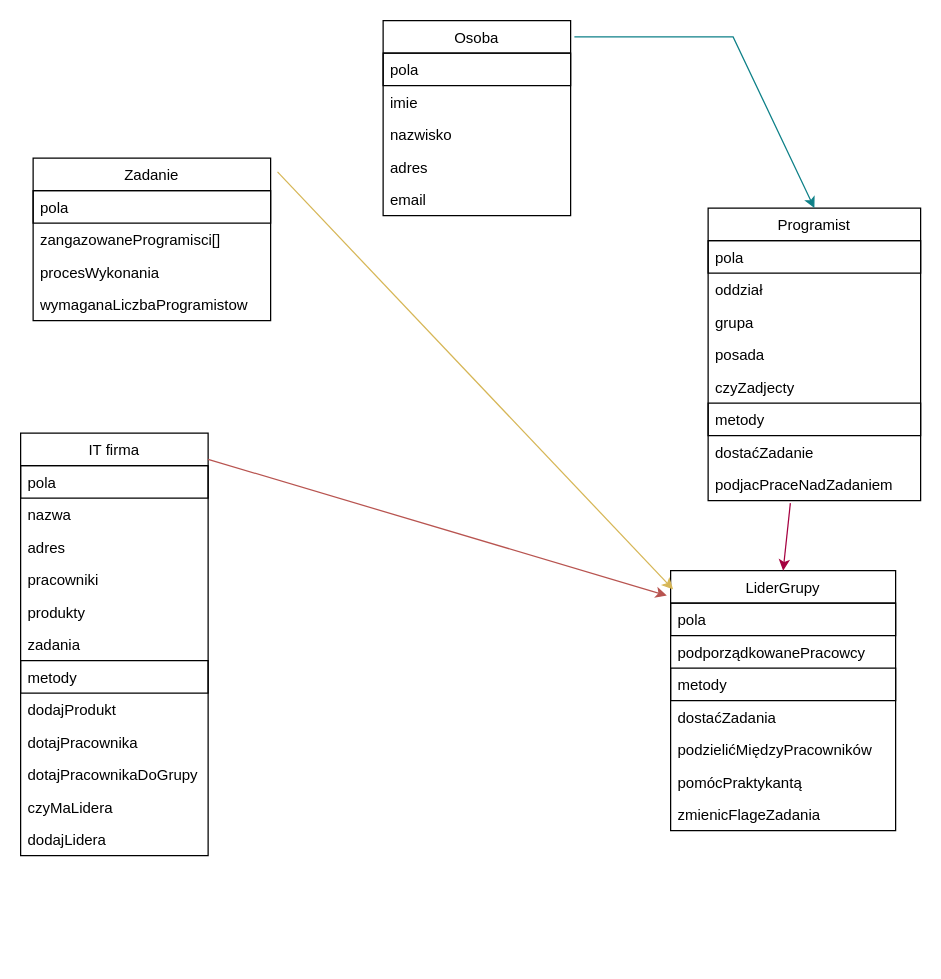
The draw.io diagram project/projectEdited.drawio in HoutarouM/2pM, before the edit. Source tidied: cells renumbered, new cells numbered last; positions are measured from the earlier drawing's top-left corner, leaving out a move shared by most shapes. Both pictures are drawn from the tidied source at 125%, with x=0, y=0 at pixel (20, 20).
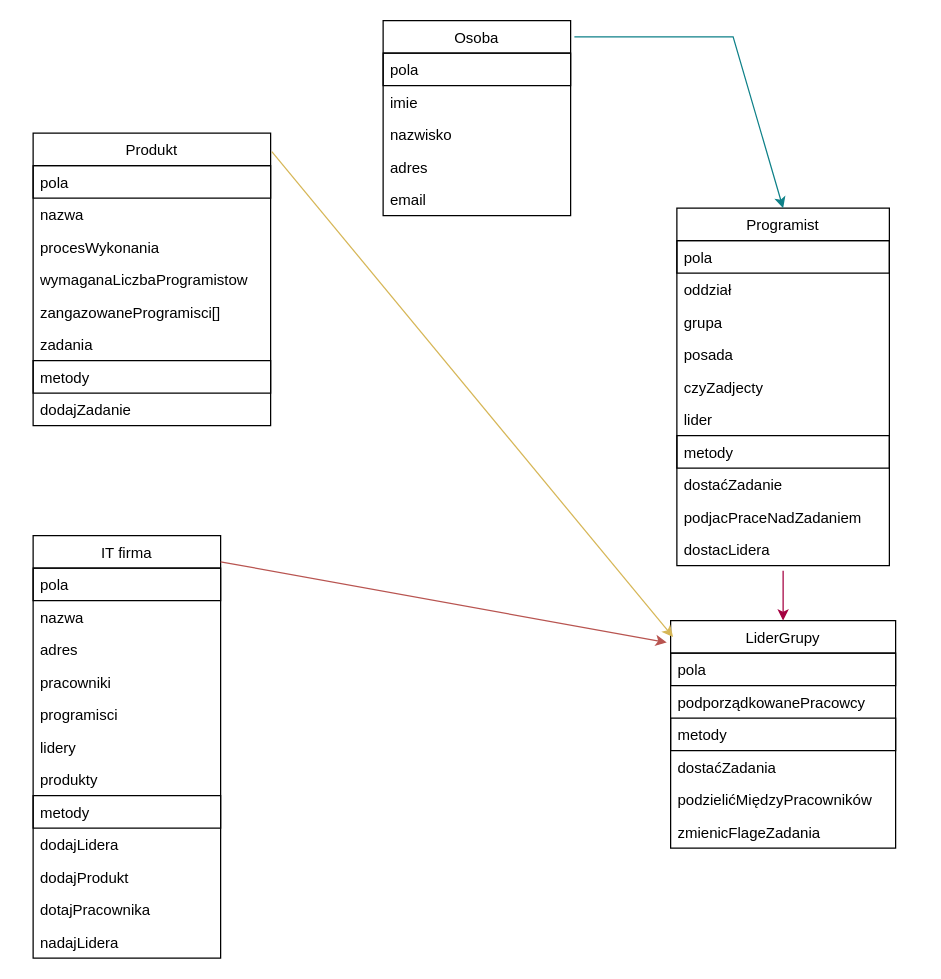
Above is the later version.

Diff of the diagram source:
```diff
@@
     <mxCell id="2" value="IT firma" style="swimlane;fontStyle=0;horizontal=1;startSize=26;fillColor=none;" parent="1" vertex="1">
-      <mxGeometry y="330" width="150" height="338" as="geometry" />
+      <mxGeometry x="10" y="412" width="150" height="338" as="geometry" />
     </mxCell>
@@
+    <mxCell id="47" value="programisci" style="text;strokeColor=none;fillColor=none;align=left;verticalAlign=top;spacingLeft=4;spacingRight=4;overflow=hidden;" parent="2" vertex="1">
+      <mxGeometry y="130" width="150" height="26" as="geometry" />
+    </mxCell>
+    <mxCell id="48" value="lidery" style="text;strokeColor=none;fillColor=none;align=left;verticalAlign=top;spacingLeft=4;spacingRight=4;overflow=hidden;" parent="2" vertex="1">
+      <mxGeometry y="156" width="150" height="26" as="geometry" />
+    </mxCell>
     <mxCell id="7" value="produkty" style="text;strokeColor=none;fillColor=none;align=left;verticalAlign=top;spacingLeft=4;spacingRight=4;overflow=hidden;" parent="2" vertex="1">
-      <mxGeometry y="130" width="150" height="26" as="geometry" />
+      <mxGeometry y="182" width="150" height="26" as="geometry" />
     </mxCell>
-    <mxCell id="8" value="zadania" style="text;strokeColor=none;fillColor=none;align=left;verticalAlign=top;spacingLeft=4;spacingRight=4;overflow=hidden;" parent="2" vertex="1">
-      <mxGeometry y="156" width="150" height="26" as="geometry" />
-    </mxCell>
     <mxCell id="9" value="metody" style="text;strokeColor=default;fillColor=none;align=left;verticalAlign=top;spacingLeft=4;spacingRight=4;overflow=hidden;imageAspect=1;backgroundOutline=0;shadow=0;sketch=0;glass=0;rounded=0;" parent="2" vertex="1">
-      <mxGeometry y="182" width="150" height="26" as="geometry" />
+      <mxGeometry y="208" width="150" height="26" as="geometry" />
     </mxCell>
+    <mxCell id="14" value="dodajLidera" style="text;strokeColor=none;fillColor=none;align=left;verticalAlign=top;spacingLeft=4;spacingRight=4;overflow=hidden;" parent="2" vertex="1">
+      <mxGeometry y="234" width="150" height="26" as="geometry" />
+    </mxCell>
     <mxCell id="10" value="dodajProdukt" style="text;strokeColor=none;fillColor=none;align=left;verticalAlign=top;spacingLeft=4;spacingRight=4;overflow=hidden;" parent="2" vertex="1">
-      <mxGeometry y="208" width="150" height="26" as="geometry" />
+      <mxGeometry y="260" width="150" height="26" as="geometry" />
     </mxCell>
     <mxCell id="11" value="dotajPracownika" style="text;strokeColor=none;fillColor=none;align=left;verticalAlign=top;spacingLeft=4;spacingRight=4;overflow=hidden;" parent="2" vertex="1">
-      <mxGeometry y="234" width="150" height="26" as="geometry" />
+      <mxGeometry y="286" width="150" height="26" as="geometry" />
     </mxCell>
-    <mxCell id="12" value="dotajPracownikaDoGrupy" style="text;strokeColor=none;fillColor=none;align=left;verticalAlign=top;spacingLeft=4;spacingRight=4;overflow=hidden;" parent="2" vertex="1">
-      <mxGeometry y="260" width="150" height="26" as="geometry" />
-    </mxCell>
-    <mxCell id="13" value="czyMaLidera" style="text;strokeColor=none;fillColor=none;align=left;verticalAlign=top;spacingLeft=4;spacingRight=4;overflow=hidden;" parent="2" vertex="1">
-      <mxGeometry y="286" width="150" height="26" as="geometry" />
+    <mxCell id="13" value="nadajLidera" style="text;strokeColor=none;fillColor=none;align=left;verticalAlign=top;spacingLeft=4;spacingRight=4;overflow=hidden;" parent="2" vertex="1">
+      <mxGeometry y="312" width="150" height="26" as="geometry" />
     </mxCell>
-    <mxCell id="14" value="dodajLidera" style="text;strokeColor=none;fillColor=none;align=left;verticalAlign=top;spacingLeft=4;spacingRight=4;overflow=hidden;" parent="2" vertex="1">
-      <mxGeometry y="312" width="150" height="26" as="geometry" />
-    </mxCell>
@@
     <mxCell id="21" value="Programist" style="swimlane;fontStyle=0;horizontal=1;startSize=26;fillColor=none;" parent="1" vertex="1">
-      <mxGeometry x="550" y="150" width="170" height="234" as="geometry" />
+      <mxGeometry x="525" y="150" width="170" height="286" as="geometry" />
     </mxCell>
@@
+    <mxCell id="49" value="lider" style="text;strokeColor=none;fillColor=none;align=left;verticalAlign=top;spacingLeft=4;spacingRight=4;overflow=hidden;" parent="21" vertex="1">
+      <mxGeometry y="156" width="170" height="26" as="geometry" />
+    </mxCell>
     <mxCell id="27" value="metody" style="text;strokeColor=default;fillColor=none;align=left;verticalAlign=top;spacingLeft=4;spacingRight=4;overflow=hidden;imageAspect=1;backgroundOutline=0;shadow=0;sketch=0;glass=0;rounded=0;" parent="21" vertex="1">
-      <mxGeometry y="156" width="170" height="26" as="geometry" />
+      <mxGeometry y="182" width="170" height="26" as="geometry" />
     </mxCell>
     <mxCell id="28" value="dostaćZadanie" style="text;strokeColor=none;fillColor=none;align=left;verticalAlign=top;spacingLeft=4;spacingRight=4;overflow=hidden;" parent="21" vertex="1">
-      <mxGeometry y="182" width="170" height="26" as="geometry" />
+      <mxGeometry y="208" width="170" height="26" as="geometry" />
     </mxCell>
     <mxCell id="29" value="podjacPraceNadZadaniem" style="text;strokeColor=none;fillColor=none;align=left;verticalAlign=top;spacingLeft=4;spacingRight=4;overflow=hidden;points=[[0,0.5],[1,0.5]];portConstraint=eastwest;" parent="21" vertex="1">
-      <mxGeometry y="208" width="170" height="26" as="geometry" />
+      <mxGeometry y="234" width="170" height="26" as="geometry" />
     </mxCell>
+    <mxCell id="50" value="dostacLidera" style="text;strokeColor=none;fillColor=none;align=left;verticalAlign=top;spacingLeft=4;spacingRight=4;overflow=hidden;" parent="21" vertex="1">
+      <mxGeometry y="260" width="170" height="26" as="geometry" />
+    </mxCell>
@@
     <mxCell id="31" value="LiderGrupy" style="swimlane;fontStyle=0;horizontal=1;startSize=26;fillColor=none;" parent="1" vertex="1">
-      <mxGeometry x="520" y="440" width="180" height="208" as="geometry" />
+      <mxGeometry x="520" y="480" width="180" height="182" as="geometry" />
     </mxCell>
@@
-    <mxCell id="37" value="pomócPraktykantą" style="text;strokeColor=none;fillColor=none;align=left;verticalAlign=top;spacingLeft=4;spacingRight=4;overflow=hidden;" parent="31" vertex="1">
-      <mxGeometry y="156" width="180" height="26" as="geometry" />
-    </mxCell>
     <mxCell id="38" value="zmienicFlageZadania" style="text;strokeColor=none;fillColor=none;align=left;verticalAlign=top;spacingLeft=4;spacingRight=4;overflow=hidden;" parent="31" vertex="1">
-      <mxGeometry y="182" width="180" height="26" as="geometry" />
+      <mxGeometry y="156" width="180" height="26" as="geometry" />
     </mxCell>
-    <mxCell id="39" style="endArrow=classic;html=1;rounded=0;entryX=0.5;entryY=0;entryDx=0;entryDy=0;fillColor=#d80073;strokeColor=#A50040;exitX=0.387;exitY=1.077;exitDx=0;exitDy=0;exitPerimeter=0;" parent="1" edge="1" source="29" target="31">
-      <mxGeometry relative="1" as="geometry" />
+    <mxCell id="39" style="endArrow=classic;html=1;rounded=0;entryX=0.5;entryY=0;entryDx=0;entryDy=0;fillColor=#d80073;strokeColor=#A50040;" parent="1" edge="1" target="31">
+      <mxGeometry relative="1" as="geometry">
+        <mxPoint x="610" y="440" as="sourcePoint" />
+      </mxGeometry>
     </mxCell>
-    <mxCell id="40" value="Zadanie" style="swimlane;fontStyle=0;horizontal=1;startSize=26;fillColor=none;" parent="1" vertex="1">
-      <mxGeometry x="10" y="110" width="190" height="130" as="geometry" />
+    <mxCell id="40" value="Produkt" style="swimlane;fontStyle=0;horizontal=1;startSize=26;fillColor=none;" parent="1" vertex="1">
+      <mxGeometry x="10" y="90" width="190" height="234" as="geometry" />
     </mxCell>
@@
+    <mxCell id="43" value="nazwa" style="text;strokeColor=none;fillColor=none;align=left;verticalAlign=top;spacingLeft=4;spacingRight=4;overflow=hidden;" parent="40" vertex="1">
+      <mxGeometry y="52" width="190" height="26" as="geometry" />
+    </mxCell>
+    <mxCell id="51" value="procesWykonania" style="text;strokeColor=none;fillColor=none;align=left;verticalAlign=top;spacingLeft=4;spacingRight=4;overflow=hidden;" parent="40" vertex="1">
+      <mxGeometry y="78" width="190" height="26" as="geometry" />
+    </mxCell>
+    <mxCell id="44" value="wymaganaLiczbaProgramistow" style="text;strokeColor=none;fillColor=none;align=left;verticalAlign=top;spacingLeft=4;spacingRight=4;overflow=hidden;" parent="40" vertex="1">
+      <mxGeometry y="104" width="190" height="26" as="geometry" />
+    </mxCell>
     <mxCell id="42" value="zangazowaneProgramisci[]" style="text;strokeColor=none;fillColor=none;align=left;verticalAlign=top;spacingLeft=4;spacingRight=4;overflow=hidden;" parent="40" vertex="1">
-      <mxGeometry y="52" width="190" height="26" as="geometry" />
+      <mxGeometry y="130" width="190" height="26" as="geometry" />
     </mxCell>
-    <mxCell id="43" value="procesWykonania" style="text;strokeColor=none;fillColor=none;align=left;verticalAlign=top;spacingLeft=4;spacingRight=4;overflow=hidden;" parent="40" vertex="1">
-      <mxGeometry y="78" width="190" height="26" as="geometry" />
-    </mxCell>
-    <mxCell id="44" value="wymaganaLiczbaProgramistow" style="text;strokeColor=none;fillColor=none;align=left;verticalAlign=top;spacingLeft=4;spacingRight=4;overflow=hidden;" parent="40" vertex="1">
-      <mxGeometry y="104" width="190" height="26" as="geometry" />
-    </mxCell>
+    <mxCell id="8" value="zadania" style="text;strokeColor=none;fillColor=none;align=left;verticalAlign=top;spacingLeft=4;spacingRight=4;overflow=hidden;" parent="40" vertex="1">
+      <mxGeometry y="156" width="190" height="26" as="geometry" />
+    </mxCell>
+    <mxCell id="52" value="metody" style="text;strokeColor=default;fillColor=none;align=left;verticalAlign=top;spacingLeft=4;spacingRight=4;overflow=hidden;" parent="40" vertex="1">
+      <mxGeometry y="182" width="190" height="26" as="geometry" />
+    </mxCell>
+    <mxCell id="53" value="dodajZadanie" style="text;strokeColor=none;fillColor=none;align=left;verticalAlign=top;spacingLeft=4;spacingRight=4;overflow=hidden;" parent="40" vertex="1">
+      <mxGeometry y="208" width="190" height="26" as="geometry" />
+    </mxCell>
-    <mxCell id="45" style="endArrow=classic;html=1;rounded=0;exitX=1.029;exitY=0.085;exitDx=0;exitDy=0;exitPerimeter=0;entryX=0.011;entryY=0.072;entryDx=0;entryDy=0;entryPerimeter=0;fillColor=#fff2cc;strokeColor=#d6b656;" parent="1" edge="1" source="40" target="31">
+    <mxCell id="45" style="endArrow=classic;html=1;rounded=0;exitX=1.005;exitY=0.063;exitDx=0;exitDy=0;exitPerimeter=0;entryX=0.011;entryY=0.072;entryDx=0;entryDy=0;entryPerimeter=0;fillColor=#fff2cc;strokeColor=#d6b656;" parent="1" edge="1" source="40" target="31">
       <mxGeometry relative="1" as="geometry" />
     </mxCell>
```
